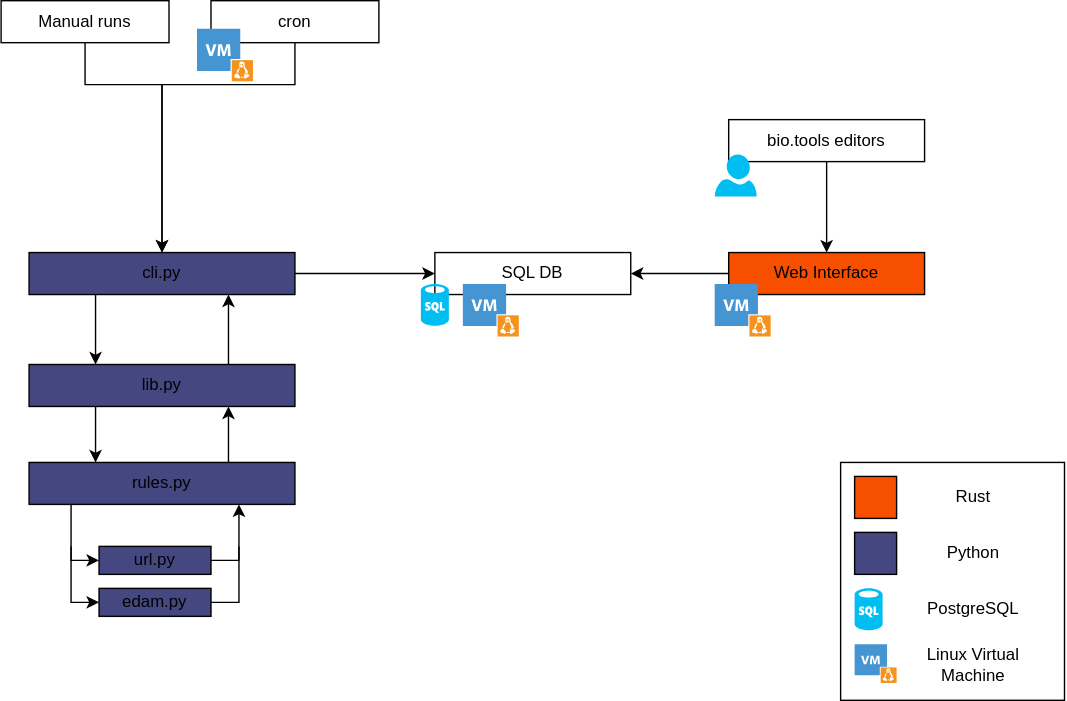
This is architecture.drawio.svg from 3top1a/biotools-linter, a draw.io export, as it was before one commit. Source tidied: cells renumbered, new cells last; positions are measured from the earlier drawing's top-left corner, leaving out a move shared by most shapes.
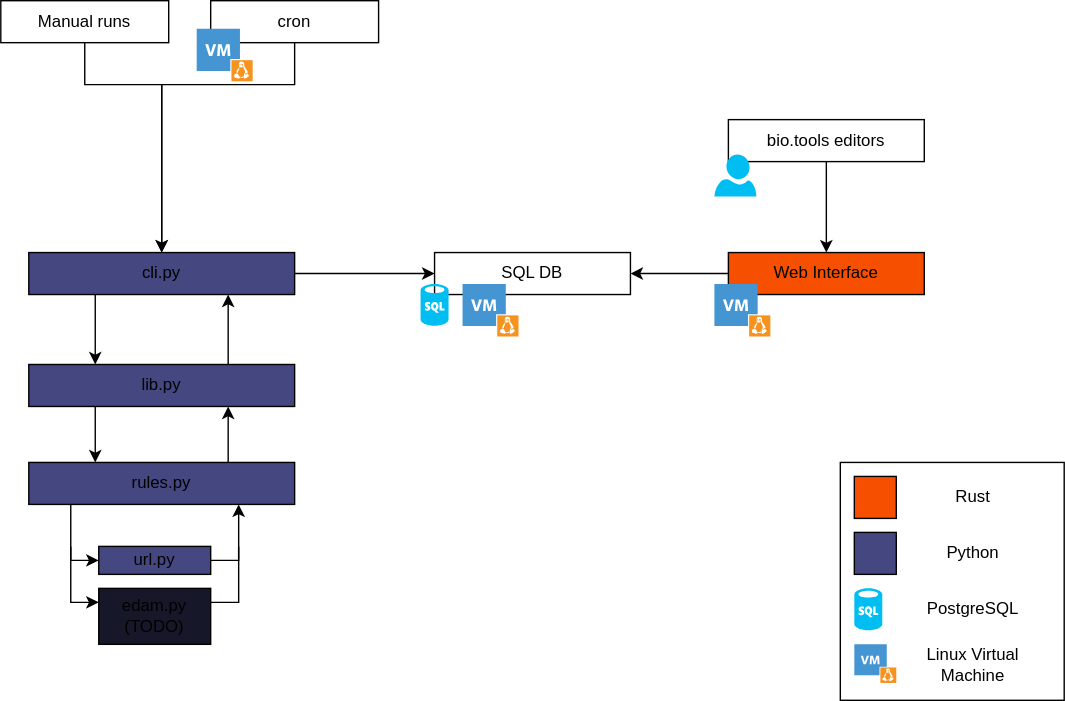
After the commit.

Change to the diagram source:
```diff
@@ -41,8 +41,8 @@
     <mxCell id="9" value="url.py" style="rounded=0;whiteSpace=wrap;html=1;labelBorderColor=none;fillStyle=auto;fillColor=#454780;" parent="1" vertex="1">
       <mxGeometry x="70" y="390" width="80" height="20" as="geometry" />
     </mxCell>
-    <mxCell id="10" value="edam.py" style="rounded=0;whiteSpace=wrap;html=1;labelBorderColor=none;fillStyle=auto;fillColor=#454780;" parent="1" vertex="1">
-      <mxGeometry x="70" y="420" width="80" height="20" as="geometry" />
+    <mxCell id="10" value="edam.py&lt;br&gt;(TODO)" style="rounded=0;whiteSpace=wrap;html=1;labelBorderColor=none;fillStyle=auto;fillColor=#161729;" parent="1" vertex="1">
+      <mxGeometry x="70" y="420" width="80" height="40" as="geometry" />
     </mxCell>
     <mxCell id="11" style="edgeStyle=none;html=1;entryX=0;entryY=0.5;entryDx=0;entryDy=0;rounded=0;" parent="1" edge="1">
       <mxGeometry relative="1" as="geometry">
```
